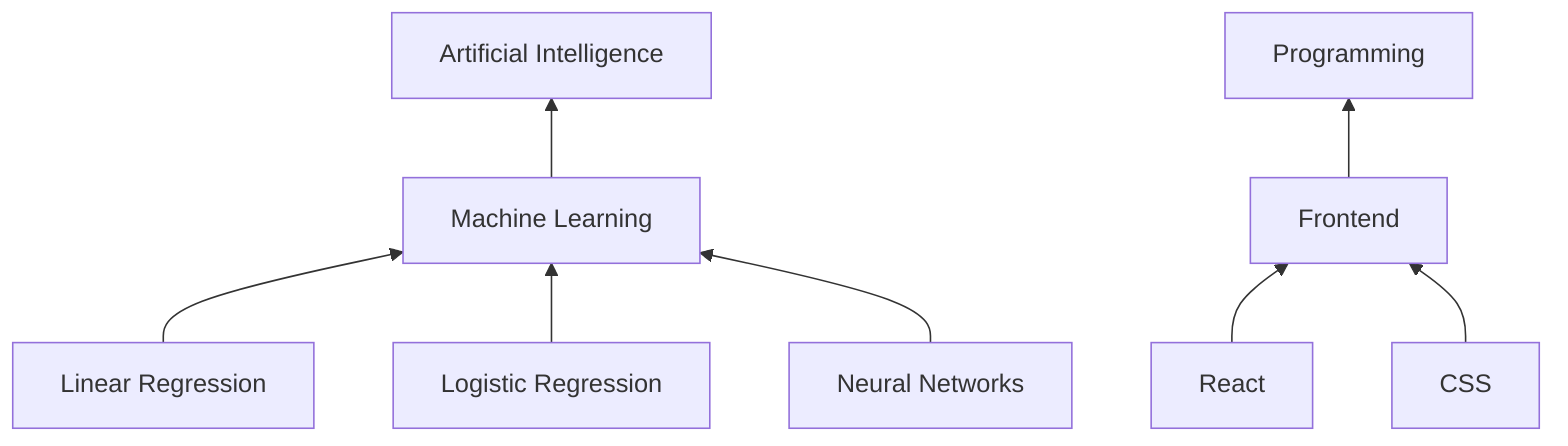
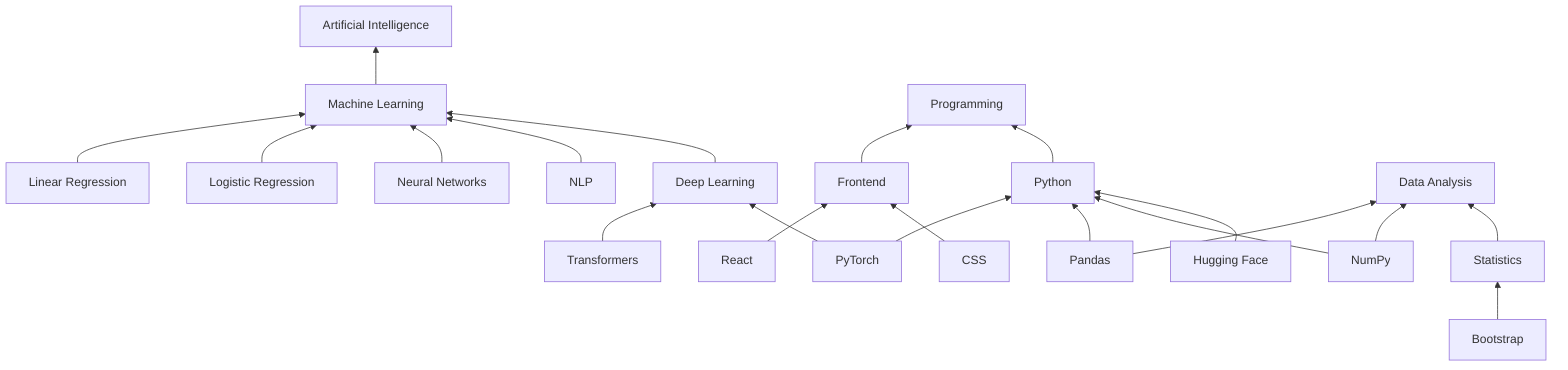
graph BT

    Machine_Learning["Machine Learning"] --> Artificial_Intelligence["Artificial Intelligence"]
    Linear_Regression["Linear Regression"] --> Machine_Learning["Machine Learning"]
    Logistic_Regression["Logistic Regression"] --> Machine_Learning["Machine Learning"]
    Neural_Networks["Neural Networks"] --> Machine_Learning["Machine Learning"]
+     NLP["NLP"] --> Machine_Learning["Machine Learning"]
+     Deep_Learning["Deep Learning"] --> Machine_Learning["Machine Learning"]
+     Transformers["Transformers"] --> Deep_Learning["Deep Learning"]
+     PyTorch["PyTorch"] --> Deep_Learning["Deep Learning"]
+     PyTorch["PyTorch"] --> Python["Python"]
    Frontend["Frontend"] --> Programming["Programming"]
    React["React"] --> Frontend["Frontend"]
    CSS["CSS"] --> Frontend["Frontend"]
+     Python["Python"] --> Programming["Programming"]
+     Pandas["Pandas"] --> Python["Python"]
+     Pandas["Pandas"] --> Data_Analysis["Data Analysis"]
+     NumPy["NumPy"] --> Python["Python"]
+     NumPy["NumPy"] --> Data_Analysis["Data Analysis"]
+     Hugging_Face["Hugging Face"] --> Python["Python"]
+     Statistics["Statistics"] --> Data_Analysis["Data Analysis"]
+     Bootstrap["Bootstrap"] --> Statistics["Statistics"]
